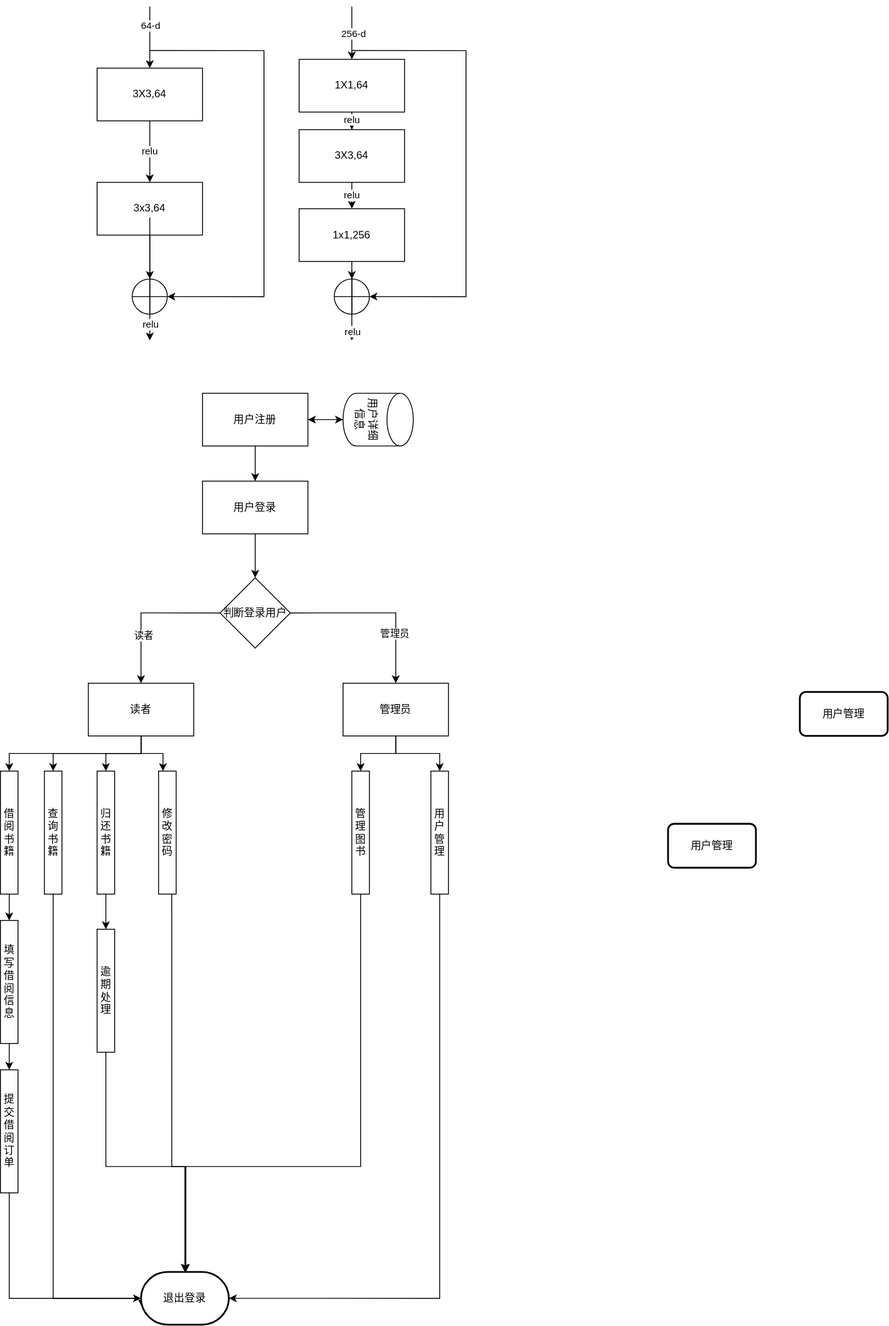
The draw.io diagram yolov3.drawio.svg in mujianyu/drawio, before a commit. Source tidied: cells renumbered, new cells last; positions are measured from the earlier drawing's top-left corner, leaving out a move shared by most shapes.
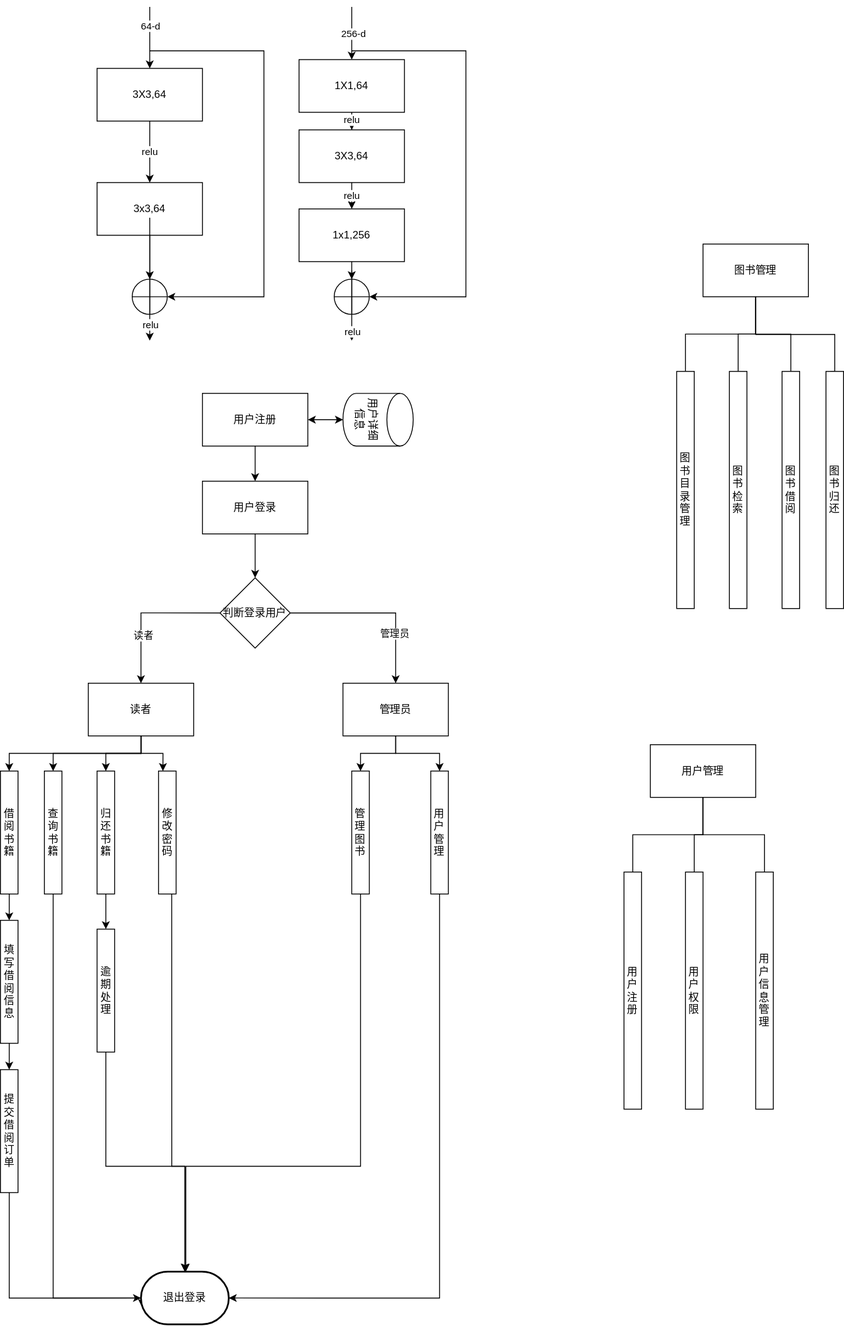
Later version of the same file.

The edit, as a diff of the source:
```diff
@@ -233,11 +233,59 @@
     <mxCell id="62" style="edgeStyle=orthogonalEdgeStyle;rounded=0;jettySize=auto;html=1;exitX=0.5;exitY=1;exitDx=0;exitDy=0;entryX=1;entryY=0.5;entryDx=0;entryDy=0;entryPerimeter=0;" parent="1" edge="1" source="60" target="57">
       <mxGeometry relative="1" as="geometry" />
     </mxCell>
-    <mxCell id="63" value="用户管理" style="rounded=1;whiteSpace=wrap;html=1;absoluteArcSize=1;arcSize=14;strokeWidth=2;" parent="1" vertex="1">
-      <mxGeometry x="910" y="780" width="100" height="50" as="geometry" />
-    </mxCell>
-    <mxCell id="64" value="用户管理" style="rounded=1;whiteSpace=wrap;html=1;absoluteArcSize=1;arcSize=14;strokeWidth=2;" parent="1" vertex="1">
-      <mxGeometry x="760" y="930" width="100" height="50" as="geometry" />
-    </mxCell>
+    <mxCell id="65" style="edgeStyle=orthogonalEdgeStyle;rounded=0;jettySize=auto;html=1;exitX=0.5;exitY=1;exitDx=0;exitDy=0;endArrow=none;endFill=0;" parent="1" edge="1" source="68" target="71">
+      <mxGeometry relative="1" as="geometry" />
+    </mxCell>
+    <mxCell id="66" style="edgeStyle=orthogonalEdgeStyle;rounded=0;jettySize=auto;html=1;exitX=0.5;exitY=1;exitDx=0;exitDy=0;endArrow=none;endFill=0;" parent="1" edge="1" source="68" target="70">
+      <mxGeometry relative="1" as="geometry" />
+    </mxCell>
+    <mxCell id="67" style="edgeStyle=orthogonalEdgeStyle;rounded=0;jettySize=auto;html=1;exitX=0.5;exitY=1;exitDx=0;exitDy=0;entryX=0.5;entryY=0;entryDx=0;entryDy=0;endArrow=none;endFill=0;" parent="1" edge="1" source="68" target="69">
+      <mxGeometry relative="1" as="geometry" />
+    </mxCell>
+    <mxCell id="68" value="用户管理" style="rounded=0;whiteSpace=wrap;html=1;" parent="1" vertex="1">
+      <mxGeometry x="740" y="840" width="120" height="60" as="geometry" />
+    </mxCell>
+    <mxCell id="69" value="用户注册" style="rounded=0;whiteSpace=wrap;html=1;" parent="1" vertex="1">
+      <mxGeometry x="710" y="985" width="20" height="270" as="geometry" />
+    </mxCell>
+    <mxCell id="70" value="用户权限" style="rounded=0;whiteSpace=wrap;html=1;" parent="1" vertex="1">
+      <mxGeometry x="780" y="985" width="20" height="270" as="geometry" />
+    </mxCell>
+    <mxCell id="71" value="用户信息管理" style="rounded=0;whiteSpace=wrap;html=1;" parent="1" vertex="1">
+      <mxGeometry x="860" y="985" width="20" height="270" as="geometry" />
+    </mxCell>
+    <mxCell id="72" style="edgeStyle=orthogonalEdgeStyle;rounded=0;jettySize=auto;html=1;exitX=0.5;exitY=1;exitDx=0;exitDy=0;endArrow=none;endFill=0;" parent="1" edge="1" source="76" target="79">
+      <mxGeometry relative="1" as="geometry" />
+    </mxCell>
+    <mxCell id="73" style="edgeStyle=orthogonalEdgeStyle;rounded=0;jettySize=auto;html=1;exitX=0.5;exitY=1;exitDx=0;exitDy=0;endArrow=none;endFill=0;" parent="1" edge="1" source="76" target="78">
+      <mxGeometry relative="1" as="geometry" />
+    </mxCell>
+    <mxCell id="74" style="edgeStyle=orthogonalEdgeStyle;rounded=0;jettySize=auto;html=1;exitX=0.5;exitY=1;exitDx=0;exitDy=0;entryX=0.5;entryY=0;entryDx=0;entryDy=0;endArrow=none;endFill=0;" parent="1" edge="1" source="76" target="77">
+      <mxGeometry relative="1" as="geometry" />
+    </mxCell>
+    <mxCell id="75" style="edgeStyle=orthogonalEdgeStyle;shape=connector;rounded=0;jettySize=auto;html=1;exitX=0.5;exitY=1;exitDx=0;exitDy=0;entryX=0.25;entryY=0;entryDx=0;entryDy=0;labelBackgroundColor=default;strokeColor=default;align=center;verticalAlign=middle;fontFamily=Helvetica;fontSize=11;fontColor=default;endArrow=none;endFill=0;" parent="1" edge="1" source="76" target="80">
+      <mxGeometry relative="1" as="geometry">
+        <Array as="points">
+          <mxPoint x="860" y="373" />
+          <mxPoint x="950" y="373" />
+          <mxPoint x="950" y="415" />
+        </Array>
+      </mxGeometry>
+    </mxCell>
+    <mxCell id="76" value="图书管理" style="rounded=0;whiteSpace=wrap;html=1;" parent="1" vertex="1">
+      <mxGeometry x="800" y="270" width="120" height="60" as="geometry" />
+    </mxCell>
+    <mxCell id="77" value="图书目录管理" style="rounded=0;whiteSpace=wrap;html=1;" parent="1" vertex="1">
+      <mxGeometry x="770" y="415" width="20" height="270" as="geometry" />
+    </mxCell>
+    <mxCell id="78" value="图书检索" style="rounded=0;whiteSpace=wrap;html=1;" parent="1" vertex="1">
+      <mxGeometry x="830" y="415" width="20" height="270" as="geometry" />
+    </mxCell>
+    <mxCell id="79" value="图书借阅" style="rounded=0;whiteSpace=wrap;html=1;" parent="1" vertex="1">
+      <mxGeometry x="890" y="415" width="20" height="270" as="geometry" />
+    </mxCell>
+    <mxCell id="80" value="图书归还" style="rounded=0;whiteSpace=wrap;html=1;" parent="1" vertex="1">
+      <mxGeometry x="940" y="415" width="20" height="270" as="geometry" />
+    </mxCell>
   </root>
 </mxGraphModel>
```
